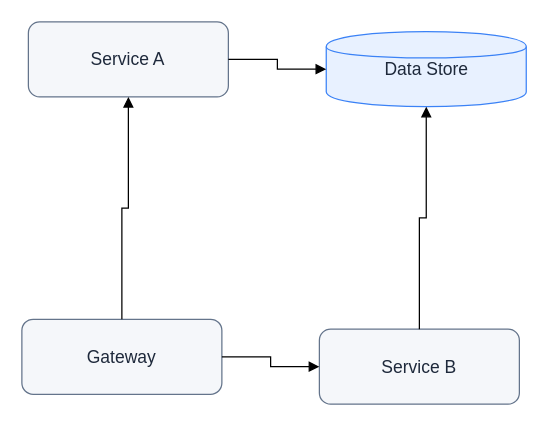
Above: examples/13-network/generated-network.drawio in XU-QiYi/ai-diagram-tool (draw.io), before the change. Source tidied: cells renumbered, new cells numbered last; positions are measured from the earlier drawing's top-left corner, leaving out a move shared by most shapes. Both pictures are drawn from the tidied source at 125%, with x=0, y=0 at pixel (21, 21).
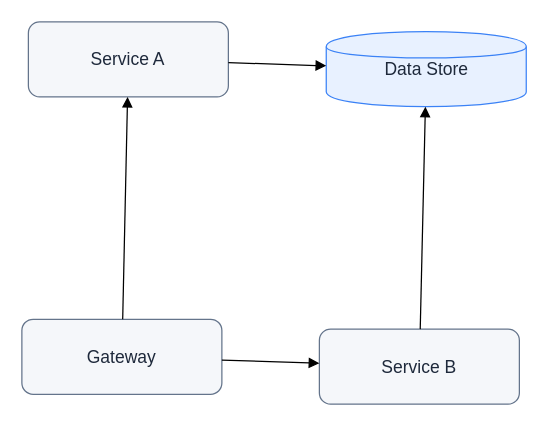
After the change.

Change to the diagram source:
```diff
@@
 <mxGraphModel>
   <root>
     <mxCell id="0" />
     <mxCell id="1" parent="0" />
     <mxCell id="2" value="Gateway" style="whiteSpace=wrap;html=1;rounded=1;fillColor=#F5F7FA;strokeColor=#64748B;fontColor=#1E293B;fontSize=14;strokeWidth=1;spacing=8;" parent="1" vertex="1">
       <mxGeometry y="237.9" width="160" height="60" as="geometry" />
     </mxCell>
     <mxCell id="3" value="Service A" style="whiteSpace=wrap;html=1;rounded=1;fillColor=#F5F7FA;strokeColor=#64748B;fontColor=#1E293B;fontSize=14;strokeWidth=1;spacing=8;" parent="1" vertex="1">
       <mxGeometry x="5.2" width="160" height="60" as="geometry" />
     </mxCell>
     <mxCell id="4" value="Service B" style="whiteSpace=wrap;html=1;rounded=1;fillColor=#F5F7FA;strokeColor=#64748B;fontColor=#1E293B;fontSize=14;strokeWidth=1;spacing=8;" parent="1" vertex="1">
       <mxGeometry x="238" y="245.8" width="160" height="60" as="geometry" />
     </mxCell>
     <mxCell id="5" value="Data Store" style="whiteSpace=wrap;html=1;shape=cylinder;fillColor=#E8F1FF;strokeColor=#3B82F6;fontColor=#1E293B;fontSize=14;strokeWidth=1;spacing=8;" parent="1" vertex="1">
       <mxGeometry x="243.5" y="7.8" width="160" height="60" as="geometry" />
     </mxCell>
-    <mxCell id="6" style="edgeStyle=orthogonalEdgeStyle;rounded=0;jettySize=auto;html=1;strokeColor=#000000;fontColor=#000000;endArrow=block;strokeColor=#000000;fontColor=#000000;" parent="1" edge="1" source="2" target="3">
+    <mxCell id="6" style="edgeStyle=orthogonalEdgeStyle;rounded=0;jettySize=auto;html=1;strokeColor=#000000;fontColor=#000000;endArrow=block;edgeStyle=none;strokeColor=#000000;fontColor=#000000;" parent="1" edge="1" source="2" target="3">
       <mxGeometry relative="1" as="geometry" />
     </mxCell>
-    <mxCell id="7" style="edgeStyle=orthogonalEdgeStyle;rounded=0;jettySize=auto;html=1;strokeColor=#000000;fontColor=#000000;endArrow=block;strokeColor=#000000;fontColor=#000000;" parent="1" edge="1" source="2" target="4">
+    <mxCell id="7" style="edgeStyle=orthogonalEdgeStyle;rounded=0;jettySize=auto;html=1;strokeColor=#000000;fontColor=#000000;endArrow=block;edgeStyle=none;strokeColor=#000000;fontColor=#000000;" parent="1" edge="1" source="2" target="4">
       <mxGeometry relative="1" as="geometry" />
     </mxCell>
-    <mxCell id="8" style="edgeStyle=orthogonalEdgeStyle;rounded=0;jettySize=auto;html=1;strokeColor=#000000;fontColor=#000000;endArrow=block;strokeColor=#000000;fontColor=#000000;" parent="1" edge="1" source="3" target="5">
+    <mxCell id="8" style="edgeStyle=orthogonalEdgeStyle;rounded=0;jettySize=auto;html=1;strokeColor=#000000;fontColor=#000000;endArrow=block;edgeStyle=none;strokeColor=#000000;fontColor=#000000;" parent="1" edge="1" source="3" target="5">
       <mxGeometry relative="1" as="geometry" />
     </mxCell>
-    <mxCell id="9" style="edgeStyle=orthogonalEdgeStyle;rounded=0;jettySize=auto;html=1;strokeColor=#000000;fontColor=#000000;endArrow=block;strokeColor=#000000;fontColor=#000000;" parent="1" edge="1" source="4" target="5">
+    <mxCell id="9" style="edgeStyle=orthogonalEdgeStyle;rounded=0;jettySize=auto;html=1;strokeColor=#000000;fontColor=#000000;endArrow=block;edgeStyle=none;strokeColor=#000000;fontColor=#000000;" parent="1" edge="1" source="4" target="5">
       <mxGeometry relative="1" as="geometry" />
     </mxCell>
   </root>
 </mxGraphModel>
```
